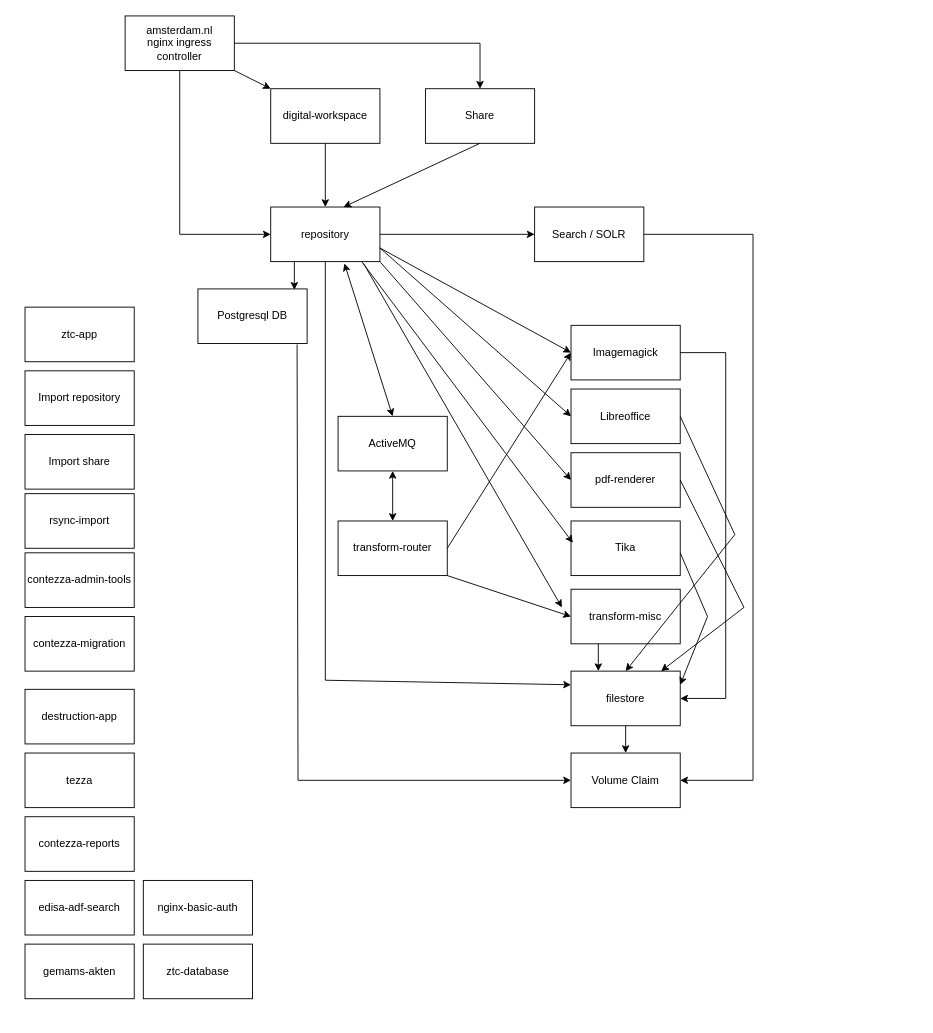
This is Untitled Diagram.drawio from lobbrecht-capgemini/charts, a draw.io file, before an edit. Source tidied: cells renumbered, new cells numbered last; positions are measured from the earlier drawing's top-left corner, leaving out a move shared by most shapes. Both pictures are drawn from the tidied source at 91%, with x=0, y=0 at pixel (25, 15).
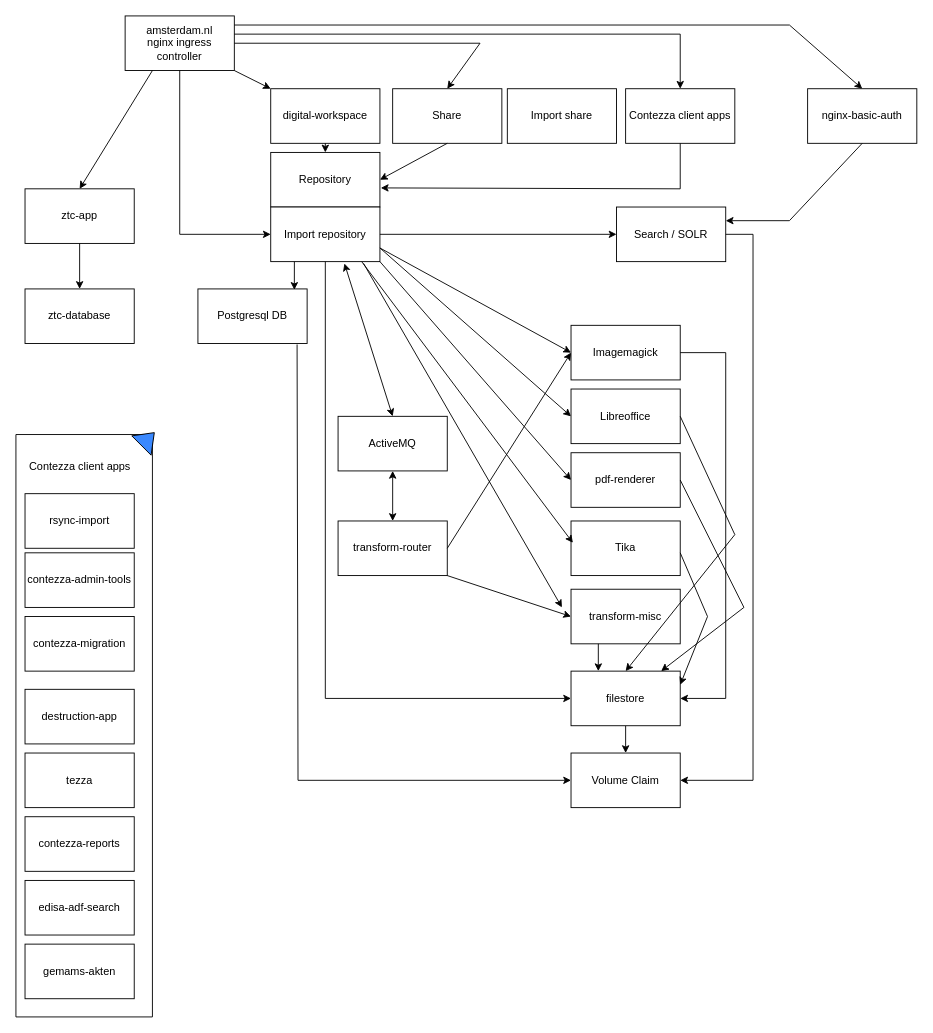
After the change.

The change refers to these unchanged cells:
```xml
<mxCell id="7" value="Volume Claim&lt;br&gt;" style="rounded=0;whiteSpace=wrap;html=1;" parent="1" vertex="1">
  <mxGeometry x="600" y="810" width="120" height="60" as="geometry" />
</mxCell>
<mxCell id="15" value="filestore" style="rounded=0;whiteSpace=wrap;html=1;" parent="1" vertex="1">
  <mxGeometry x="600" y="720" width="120" height="60" as="geometry" />
</mxCell>
<mxCell id="19" value="digital-workspace" style="rounded=0;whiteSpace=wrap;html=1;" parent="1" vertex="1">
  <mxGeometry x="270" y="80" width="120" height="60" as="geometry" />
</mxCell>
<mxCell id="54" value="amsterdam.nl&lt;br&gt;nginx ingress controller" style="rounded=0;whiteSpace=wrap;html=1;" parent="1" vertex="1">
  <mxGeometry x="110" width="120" height="60" as="geometry" />
</mxCell>
```

What changed in the source:
```diff
@@
     <mxCell id="2" value="Share" style="rounded=0;whiteSpace=wrap;html=1;" parent="1" vertex="1">
-      <mxGeometry x="440" y="80" width="120" height="60" as="geometry" />
+      <mxGeometry x="404" y="80" width="120" height="60" as="geometry" />
     </mxCell>
     <mxCell id="3" value="Import share" style="rounded=0;whiteSpace=wrap;html=1;" parent="1" vertex="1">
-      <mxGeometry y="460" width="120" height="60" as="geometry" />
+      <mxGeometry x="530" y="80" width="120" height="60" as="geometry" />
     </mxCell>
-    <mxCell id="4" value="Import repository" style="rounded=0;whiteSpace=wrap;html=1;" parent="1" vertex="1">
-      <mxGeometry y="390" width="120" height="60" as="geometry" />
+    <mxCell id="4" value="Repository" style="rounded=0;whiteSpace=wrap;html=1;" parent="1" vertex="1">
+      <mxGeometry x="270" y="150" width="120" height="60" as="geometry" />
     </mxCell>
     <mxCell id="5" value="Search / SOLR" style="rounded=0;whiteSpace=wrap;html=1;" parent="1" vertex="1">
-      <mxGeometry x="560" y="210" width="120" height="60" as="geometry" />
+      <mxGeometry x="650" y="210" width="120" height="60" as="geometry" />
     </mxCell>
@@
     <mxCell id="24" value="nginx-basic-auth" style="rounded=0;whiteSpace=wrap;html=1;" parent="1" vertex="1">
-      <mxGeometry x="130" y="950" width="120" height="60" as="geometry" />
+      <mxGeometry x="860" y="80" width="120" height="60" as="geometry" />
     </mxCell>
@@
     <mxCell id="26" value="ztc-app" style="rounded=0;whiteSpace=wrap;html=1;" parent="1" vertex="1">
-      <mxGeometry y="320" width="120" height="60" as="geometry" />
+      <mxGeometry y="190" width="120" height="60" as="geometry" />
     </mxCell>
     <mxCell id="27" value="ztc-database" style="rounded=0;whiteSpace=wrap;html=1;" parent="1" vertex="1">
-      <mxGeometry x="130" y="1020" width="120" height="60" as="geometry" />
+      <mxGeometry y="300" width="120" height="60" as="geometry" />
     </mxCell>
-    <mxCell id="28" value="repository" style="rounded=0;whiteSpace=wrap;html=1;" parent="1" vertex="1">
+    <mxCell id="28" value="Import repository" style="rounded=0;whiteSpace=wrap;html=1;" parent="1" vertex="1">
       <mxGeometry x="270" y="210" width="120" height="60" as="geometry" />
     </mxCell>
@@
-    <mxCell id="40" style="endArrow=classic;html=1;rounded=0;exitX=0.5;exitY=1;exitDx=0;exitDy=0;" parent="1" edge="1" source="19" target="28">
+    <mxCell id="40" style="endArrow=classic;html=1;rounded=0;exitX=0.5;exitY=1;exitDx=0;exitDy=0;entryX=0.5;entryY=0;entryDx=0;entryDy=0;" parent="1" edge="1" source="19" target="4">
       <mxGeometry relative="1" as="geometry" />
     </mxCell>
-    <mxCell id="41" style="endArrow=classic;html=1;rounded=0;exitX=0.5;exitY=1;exitDx=0;exitDy=0;entryX=0.667;entryY=0;entryDx=0;entryDy=0;entryPerimeter=0;" parent="1" edge="1" source="2" target="28">
+    <mxCell id="41" style="endArrow=classic;html=1;rounded=0;exitX=0.5;exitY=1;exitDx=0;exitDy=0;entryX=1;entryY=0.5;entryDx=0;entryDy=0;" parent="1" edge="1" source="2" target="4">
       <mxGeometry relative="1" as="geometry" />
     </mxCell>
@@
-    <mxCell id="48" style="endArrow=none;html=1;rounded=0;entryX=0.5;entryY=1;entryDx=0;entryDy=0;" parent="1" edge="1" target="28">
-      <mxGeometry relative="1" as="geometry">
-        <mxPoint x="330" y="730" as="sourcePoint" />
-      </mxGeometry>
-    </mxCell>
-    <mxCell id="49" style="endArrow=classic;html=1;rounded=0;entryX=0;entryY=0.25;entryDx=0;entryDy=0;" parent="1" edge="1" target="15">
-      <mxGeometry relative="1" as="geometry">
-        <mxPoint x="330" y="730" as="sourcePoint" />
-      </mxGeometry>
-    </mxCell>
-    <mxCell id="50" style="endArrow=classic;html=1;rounded=0;entryX=1;entryY=0.5;entryDx=0;entryDy=0;" parent="1" edge="1" target="7">
+    <mxCell id="50" style="endArrow=classic;html=1;rounded=0;entryX=1;entryY=0.5;entryDx=0;entryDy=0;exitX=1;exitY=0.5;exitDx=0;exitDy=0;" parent="1" edge="1" source="5" target="7">
       <mxGeometry relative="1" as="geometry">
-        <mxPoint x="680" y="240" as="sourcePoint" />
         <Array as="points">
           <mxPoint x="800" y="240" />
           <mxPoint x="800" y="840" />
         </Array>
       </mxGeometry>
     </mxCell>
@@
+    <mxCell id="58" style="endArrow=classic;html=1;rounded=0;entryX=0.5;entryY=0;entryDx=0;entryDy=0;" parent="1" edge="1" target="24">
+      <mxGeometry relative="1" as="geometry">
+        <mxPoint x="230" y="10" as="sourcePoint" />
+        <Array as="points">
+          <mxPoint x="840" y="10" />
+        </Array>
+      </mxGeometry>
+    </mxCell>
+    <mxCell id="59" style="endArrow=classic;html=1;rounded=0;exitX=0.5;exitY=1;exitDx=0;exitDy=0;entryX=1;entryY=0.25;entryDx=0;entryDy=0;" parent="1" edge="1" source="24" target="5">
+      <mxGeometry relative="1" as="geometry">
+        <Array as="points">
+          <mxPoint x="840" y="225" />
+        </Array>
+      </mxGeometry>
+    </mxCell>
+    <mxCell id="60" style="endArrow=classic;html=1;rounded=0;exitX=0.25;exitY=1;exitDx=0;exitDy=0;entryX=0.5;entryY=0;entryDx=0;entryDy=0;" parent="1" edge="1" source="54" target="26">
+      <mxGeometry relative="1" as="geometry" />
+    </mxCell>
+    <mxCell id="61" style="endArrow=classic;html=1;rounded=0;entryX=0.5;entryY=0;entryDx=0;entryDy=0;" parent="1" edge="1" target="27">
+      <mxGeometry relative="1" as="geometry">
+        <mxPoint x="60" y="250" as="sourcePoint" />
+      </mxGeometry>
+    </mxCell>
+    <mxCell id="62" value="Contezza client apps" style="rounded=0;whiteSpace=wrap;html=1;" parent="1" vertex="1">
+      <mxGeometry x="660" y="80" width="120" height="60" as="geometry" />
+    </mxCell>
+    <mxCell id="63" style="endArrow=classic;html=1;rounded=0;entryX=0.5;entryY=0;entryDx=0;entryDy=0;" parent="1" edge="1" target="62">
+      <mxGeometry relative="1" as="geometry">
+        <mxPoint x="230" y="20" as="sourcePoint" />
+        <Array as="points">
+          <mxPoint x="720" y="20" />
+        </Array>
+      </mxGeometry>
+    </mxCell>
+    <mxCell id="64" style="endArrow=classic;html=1;rounded=0;exitX=0.5;exitY=1;exitDx=0;exitDy=0;entryX=1.008;entryY=0.65;entryDx=0;entryDy=0;entryPerimeter=0;" parent="1" edge="1" source="62" target="4">
+      <mxGeometry relative="1" as="geometry">
+        <Array as="points">
+          <mxPoint x="720" y="190" />
+        </Array>
+      </mxGeometry>
+    </mxCell>
+    <mxCell id="65" style="swimlane;startSize=0;" parent="1" vertex="1">
+      <mxGeometry x="-10" y="460" width="150" height="640" as="geometry" />
+    </mxCell>
+    <mxCell id="66" value="Contezza client apps" style="text;html=1;align=center;verticalAlign=middle;strokeColor=none;fillColor=none;" parent="65" vertex="1">
+      <mxGeometry x="5" y="20" width="130" height="30" as="geometry" />
+    </mxCell>
+    <mxCell id="67" style="triangle;whiteSpace=wrap;html=1;fillColor=#3a88fe;rotation=-45;" parent="65" vertex="1">
+      <mxGeometry x="135" y="-10" width="20" height="30" as="geometry" />
+    </mxCell>
+    <mxCell id="68" style="endArrow=classic;html=1;rounded=0;entryX=0;entryY=0.5;entryDx=0;entryDy=0;" parent="1" edge="1" target="15">
+      <mxGeometry relative="1" as="geometry">
+        <mxPoint x="330" y="270" as="sourcePoint" />
+        <Array as="points">
+          <mxPoint x="330" y="750" />
+        </Array>
+      </mxGeometry>
+    </mxCell>
```
